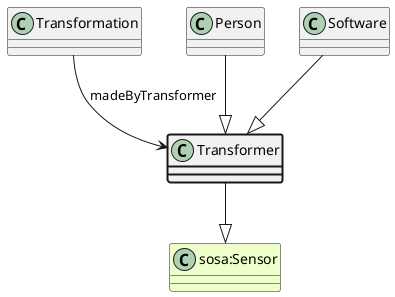
This is ttl_uml/ttl_appn_Transformer.png from aus-plant-phenomics-network/appn-schema, a PlantUML export, as it was before one commit.
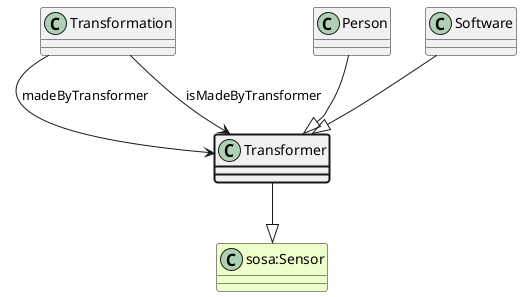
The same diagram one commit later.

Change to the diagram source:
```diff
@@ -4,6 +4,8 @@
 Transformer --|> "sosa:Sensor"
 class Transformation
 Transformation --> Transformer : madeByTransformer
+class Transformation
+Transformation --> Transformer : isMadeByTransformer
 class Person
 Person --|> Transformer
 class Software
```
